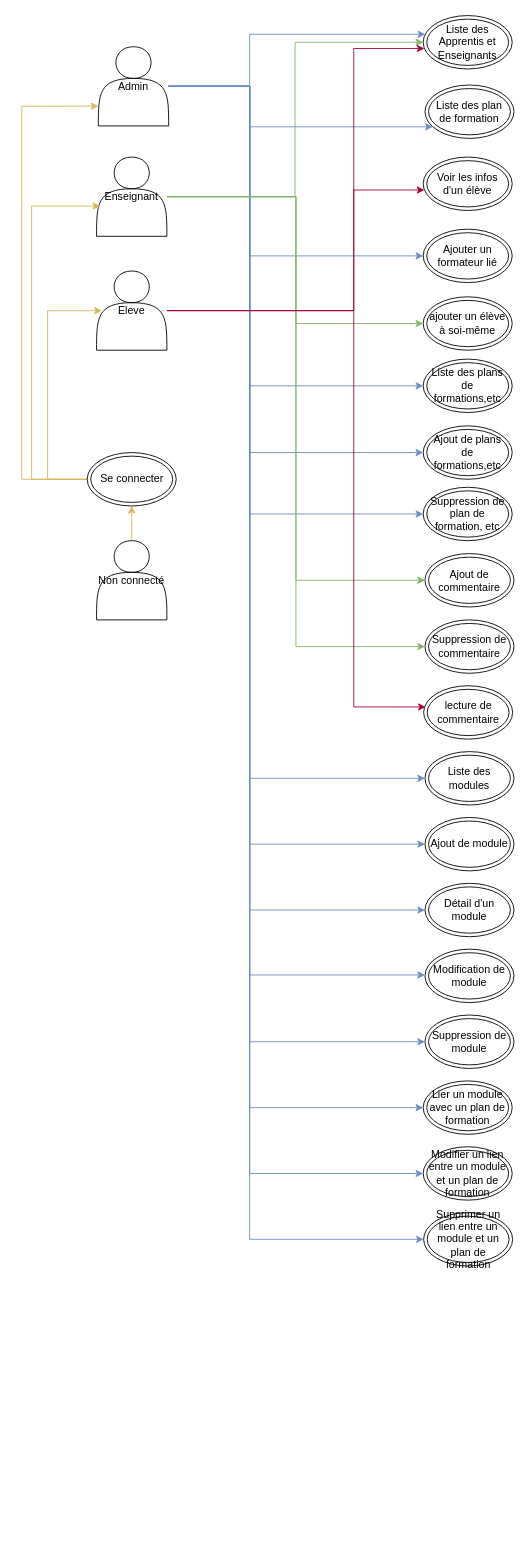
Before: documentation/schema d'utilisation.drawio in benmoumene/manage-course-codeigniter-4, a draw.io diagram. Source tidied: cells renumbered, new cells numbered last; positions are measured from the earlier drawing's top-left corner, leaving out a move shared by most shapes. Both pictures are drawn from the tidied source at 89%, with x=0, y=0 at pixel (21, 15).
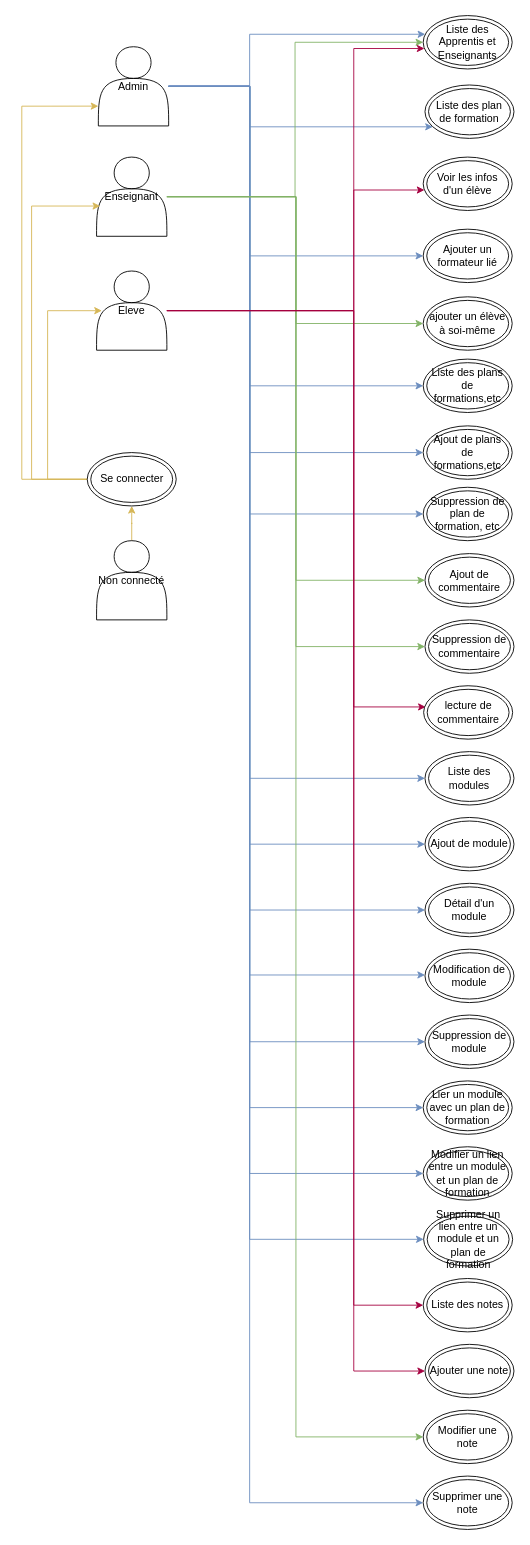
After the change.

Unchanged cells that the change refers to:
```xml
<mxCell id="16" value="Admin" style="shape=actor;whiteSpace=wrap;html=1;" parent="1" vertex="1">
  <mxGeometry x="86" y="35" width="79" height="89" as="geometry" />
</mxCell>
<mxCell id="21" value="&lt;p style=&quot;line-height: 120%&quot;&gt;Enseignant&lt;/p&gt;" style="shape=actor;whiteSpace=wrap;html=1;" parent="1" vertex="1">
  <mxGeometry x="84" y="159" width="79" height="89" as="geometry" />
</mxCell>
<mxCell id="25" value="Eleve" style="shape=actor;whiteSpace=wrap;html=1;" parent="1" vertex="1">
  <mxGeometry x="84" y="287" width="79" height="89" as="geometry" />
</mxCell>
```

Diff of the diagram source:
```diff
@@
+    <mxCell id="51" style="edgeStyle=orthogonalEdgeStyle;rounded=0;jettySize=auto;html=1;entryX=0;entryY=0.5;entryDx=0;entryDy=0;strokeColor=#6C8EBF;" parent="1" edge="1" source="16" target="58">
+      <mxGeometry relative="1" as="geometry">
+        <Array as="points">
+          <mxPoint x="256" y="80" />
+          <mxPoint x="256" y="1671" />
+        </Array>
+      </mxGeometry>
+    </mxCell>
@@
+    <mxCell id="52" style="edgeStyle=orthogonalEdgeStyle;rounded=0;jettySize=auto;html=1;entryX=0;entryY=0.5;entryDx=0;entryDy=0;strokeColor=#82b366;fillColor=#d5e8d4;" parent="1" edge="1" source="21" target="57">
+      <mxGeometry relative="1" as="geometry">
+        <Array as="points">
+          <mxPoint x="308" y="204" />
+          <mxPoint x="308" y="1597" />
+        </Array>
+      </mxGeometry>
+    </mxCell>
@@
+    <mxCell id="53" style="edgeStyle=orthogonalEdgeStyle;rounded=0;jettySize=auto;html=1;entryX=0;entryY=0.5;entryDx=0;entryDy=0;strokeColor=#A50040;fillColor=#d80073;" parent="1" edge="1" source="25" target="55">
+      <mxGeometry relative="1" as="geometry">
+        <Array as="points">
+          <mxPoint x="373" y="332" />
+          <mxPoint x="373" y="1449" />
+        </Array>
+      </mxGeometry>
+    </mxCell>
+    <mxCell id="54" style="edgeStyle=orthogonalEdgeStyle;rounded=0;jettySize=auto;html=1;entryX=0;entryY=0.5;entryDx=0;entryDy=0;strokeColor=#A50040;fillColor=#d80073;" parent="1" edge="1" source="25" target="56">
+      <mxGeometry relative="1" as="geometry">
+        <Array as="points">
+          <mxPoint x="373" y="332" />
+          <mxPoint x="373" y="1523" />
+        </Array>
+      </mxGeometry>
+    </mxCell>
@@
+    <mxCell id="55" value="Liste des notes" style="ellipse;shape=doubleEllipse;whiteSpace=wrap;html=1;" parent="1" vertex="1">
+      <mxGeometry x="451" y="1419" width="100" height="60" as="geometry" />
+    </mxCell>
+    <mxCell id="56" value="Ajouter une note" style="ellipse;shape=doubleEllipse;whiteSpace=wrap;html=1;" parent="1" vertex="1">
+      <mxGeometry x="453" y="1493" width="100" height="60" as="geometry" />
+    </mxCell>
+    <mxCell id="57" value="Modifier une note" style="ellipse;shape=doubleEllipse;whiteSpace=wrap;html=1;" parent="1" vertex="1">
+      <mxGeometry x="451" y="1567" width="100" height="60" as="geometry" />
+    </mxCell>
+    <mxCell id="58" value="Supprimer une note" style="ellipse;shape=doubleEllipse;whiteSpace=wrap;html=1;" parent="1" vertex="1">
+      <mxGeometry x="451" y="1641" width="100" height="60" as="geometry" />
+    </mxCell>
```
